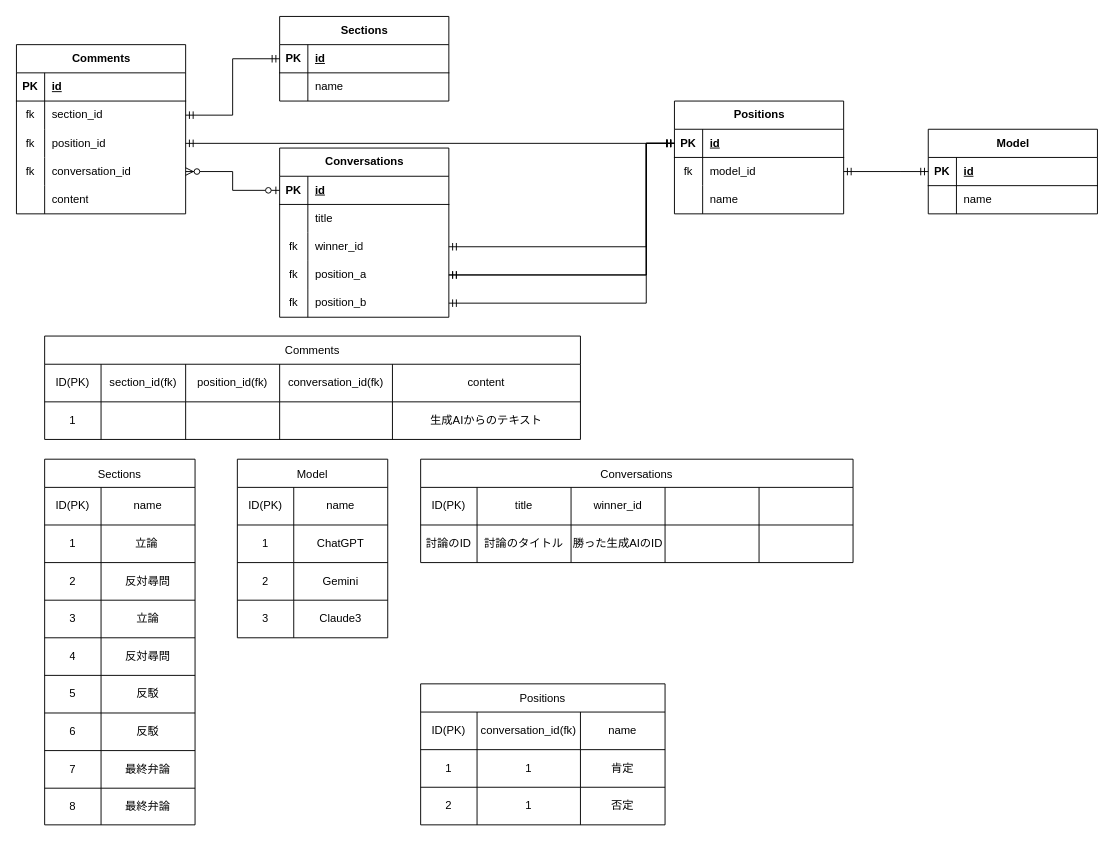
Before: docs/ERdiagram.drawio in Sakauchi444/argut_ai, a draw.io diagram. Source tidied: cells renumbered, new cells numbered last; positions are measured from the earlier drawing's top-left corner, leaving out a move shared by most shapes. Both pictures are drawn from the tidied source at 94%, with x=0, y=0 at pixel (16, 16).
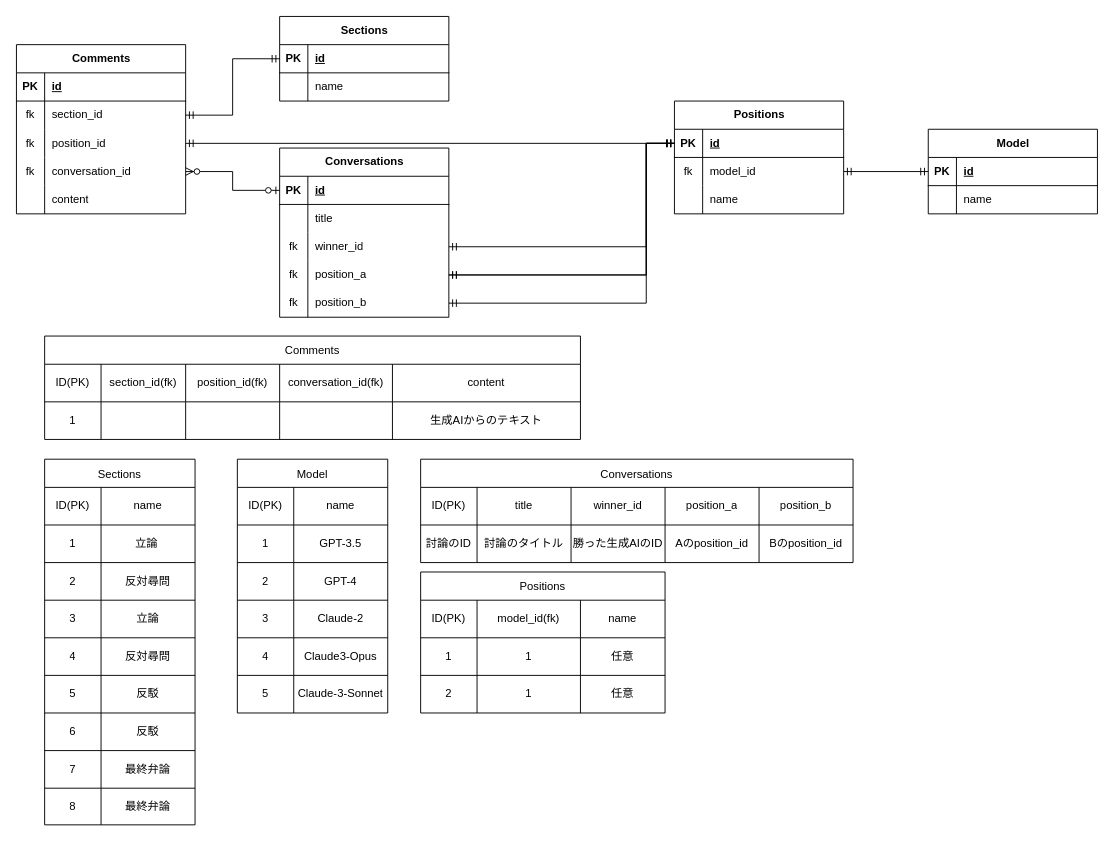
The same diagram, later.

Commit message (it also covers changes not shown here):
ERdiagram.drawio を更新します

The change refers to these unchanged cells:
```xml
<mxCell id="102" style="shape=tableRow;horizontal=0;startSize=0;swimlaneHead=0;swimlaneBody=0;strokeColor=inherit;top=0;left=0;bottom=0;right=0;fillColor=none;" parent="101" vertex="1">
  <mxGeometry y="30" width="260" height="40" as="geometry" />
</mxCell>
<mxCell id="106" style="shape=tableRow;horizontal=0;startSize=0;swimlaneHead=0;swimlaneBody=0;strokeColor=inherit;top=0;left=0;bottom=0;right=0;fillColor=none;" parent="101" vertex="1">
  <mxGeometry y="70" width="260" height="40" as="geometry" />
</mxCell>
<mxCell id="110" style="shape=tableRow;horizontal=0;startSize=0;swimlaneHead=0;swimlaneBody=0;strokeColor=inherit;top=0;left=0;bottom=0;right=0;fillColor=none;" parent="101" vertex="1">
  <mxGeometry y="110" width="260" height="40" as="geometry" />
</mxCell>
<mxCell id="118" style="shape=tableRow;horizontal=0;startSize=0;swimlaneHead=0;swimlaneBody=0;strokeColor=inherit;top=0;left=0;bottom=0;right=0;fillColor=none;" parent="114" vertex="1">
  <mxGeometry y="70" width="160" height="40" as="geometry" />
</mxCell>
<mxCell id="121" style="shape=tableRow;horizontal=0;startSize=0;swimlaneHead=0;swimlaneBody=0;strokeColor=inherit;top=0;left=0;bottom=0;right=0;fillColor=none;" parent="114" vertex="1">
  <mxGeometry y="110" width="160" height="40" as="geometry" />
</mxCell>
<mxCell id="124" style="shape=tableRow;horizontal=0;startSize=0;swimlaneHead=0;swimlaneBody=0;strokeColor=inherit;top=0;left=0;bottom=0;right=0;fillColor=none;" parent="114" vertex="1">
  <mxGeometry y="150" width="160" height="40" as="geometry" />
</mxCell>
<mxCell id="128" style="shape=tableRow;horizontal=0;startSize=0;swimlaneHead=0;swimlaneBody=0;strokeColor=inherit;top=0;left=0;bottom=0;right=0;fillColor=none;" parent="127" vertex="1">
  <mxGeometry y="30" width="460" height="40" as="geometry" />
</mxCell>
<mxCell id="134" style="shape=tableRow;horizontal=0;startSize=0;swimlaneHead=0;swimlaneBody=0;strokeColor=inherit;top=0;left=0;bottom=0;right=0;fillColor=none;" parent="127" vertex="1">
  <mxGeometry y="70" width="460" height="40" as="geometry" />
</mxCell>
```

Change to the diagram source:
```diff
@@
     <mxCell id="101" value="Positions" style="shape=table;startSize=30;childLayout=tableLayout;" parent="1" vertex="1">
-      <mxGeometry x="430" y="710" width="260" height="150" as="geometry" />
+      <mxGeometry x="430" y="591" width="260" height="150" as="geometry" />
     </mxCell>
@@
-    <mxCell id="104" value="conversation_id(fk)" style="shape=partialRectangle;html=1;whiteSpace=wrap;strokeColor=inherit;overflow=hidden;fillColor=none;top=0;left=0;bottom=0;right=0;" parent="102" vertex="1">
+    <mxCell id="104" value="model_id(fk)" style="shape=partialRectangle;html=1;whiteSpace=wrap;strokeColor=inherit;overflow=hidden;fillColor=none;top=0;left=0;bottom=0;right=0;" parent="102" vertex="1">
       <mxGeometry x="60" width="110" height="40" as="geometry" />
     </mxCell>
@@
-    <mxCell id="109" value="肯定" style="shape=partialRectangle;html=1;whiteSpace=wrap;strokeColor=inherit;overflow=hidden;fillColor=none;top=0;left=0;bottom=0;right=0;" parent="106" vertex="1">
+    <mxCell id="109" value="任意" style="shape=partialRectangle;html=1;whiteSpace=wrap;strokeColor=inherit;overflow=hidden;fillColor=none;top=0;left=0;bottom=0;right=0;" parent="106" vertex="1">
       <mxGeometry x="170" width="90" height="40" as="geometry" />
     </mxCell>
@@
-    <mxCell id="113" value="否定" style="shape=partialRectangle;html=1;whiteSpace=wrap;strokeColor=inherit;overflow=hidden;fillColor=none;top=0;left=0;bottom=0;right=0;" parent="110" vertex="1">
+    <mxCell id="113" value="任意" style="shape=partialRectangle;html=1;whiteSpace=wrap;strokeColor=inherit;overflow=hidden;fillColor=none;top=0;left=0;bottom=0;right=0;" parent="110" vertex="1">
       <mxGeometry x="170" width="90" height="40" as="geometry" />
     </mxCell>
     <mxCell id="114" value="Model" style="shape=table;startSize=30;childLayout=tableLayout;" parent="1" vertex="1">
-      <mxGeometry x="235" y="471" width="160" height="190" as="geometry" />
+      <mxGeometry x="235" y="471" width="160" height="270" as="geometry" />
     </mxCell>
@@
-    <mxCell id="120" value="ChatGPT" style="shape=partialRectangle;html=1;whiteSpace=wrap;strokeColor=inherit;overflow=hidden;fillColor=none;top=0;left=0;bottom=0;right=0;" parent="118" vertex="1">
+    <mxCell id="120" value="GPT-3.5" style="shape=partialRectangle;html=1;whiteSpace=wrap;strokeColor=inherit;overflow=hidden;fillColor=none;top=0;left=0;bottom=0;right=0;" parent="118" vertex="1">
       <mxGeometry x="60" width="100" height="40" as="geometry" />
     </mxCell>
@@
-    <mxCell id="123" value="Gemini" style="shape=partialRectangle;html=1;whiteSpace=wrap;strokeColor=inherit;overflow=hidden;fillColor=none;top=0;left=0;bottom=0;right=0;" parent="121" vertex="1">
+    <mxCell id="123" value="GPT-4" style="shape=partialRectangle;html=1;whiteSpace=wrap;strokeColor=inherit;overflow=hidden;fillColor=none;top=0;left=0;bottom=0;right=0;" parent="121" vertex="1">
       <mxGeometry x="60" width="100" height="40" as="geometry" />
     </mxCell>
@@
-    <mxCell id="126" value="Claude3" style="shape=partialRectangle;html=1;whiteSpace=wrap;strokeColor=inherit;overflow=hidden;fillColor=none;top=0;left=0;bottom=0;right=0;" parent="124" vertex="1">
+    <mxCell id="126" value="Claude-2" style="shape=partialRectangle;html=1;whiteSpace=wrap;strokeColor=inherit;overflow=hidden;fillColor=none;top=0;left=0;bottom=0;right=0;" parent="124" vertex="1">
       <mxGeometry x="60" width="100" height="40" as="geometry" />
     </mxCell>
+    <mxCell id="146" style="shape=tableRow;horizontal=0;startSize=0;swimlaneHead=0;swimlaneBody=0;strokeColor=inherit;top=0;left=0;bottom=0;right=0;fillColor=none;" parent="114" vertex="1">
+      <mxGeometry y="190" width="160" height="40" as="geometry" />
+    </mxCell>
+    <mxCell id="147" value="4" style="shape=partialRectangle;html=1;whiteSpace=wrap;strokeColor=inherit;overflow=hidden;fillColor=none;top=0;left=0;bottom=0;right=0;" parent="146" vertex="1">
+      <mxGeometry width="60" height="40" as="geometry" />
+    </mxCell>
+    <mxCell id="148" value="Claude3-Opus" style="shape=partialRectangle;html=1;whiteSpace=wrap;strokeColor=inherit;overflow=hidden;fillColor=none;top=0;left=0;bottom=0;right=0;" parent="146" vertex="1">
+      <mxGeometry x="60" width="100" height="40" as="geometry" />
+    </mxCell>
+    <mxCell id="149" style="shape=tableRow;horizontal=0;startSize=0;swimlaneHead=0;swimlaneBody=0;strokeColor=inherit;top=0;left=0;bottom=0;right=0;fillColor=none;" parent="114" vertex="1">
+      <mxGeometry y="230" width="160" height="40" as="geometry" />
+    </mxCell>
+    <mxCell id="150" value="5" style="shape=partialRectangle;html=1;whiteSpace=wrap;strokeColor=inherit;overflow=hidden;fillColor=none;top=0;left=0;bottom=0;right=0;" parent="149" vertex="1">
+      <mxGeometry width="60" height="40" as="geometry" />
+    </mxCell>
+    <mxCell id="151" value="Claude-3-Sonnet" style="shape=partialRectangle;html=1;whiteSpace=wrap;strokeColor=inherit;overflow=hidden;fillColor=none;top=0;left=0;bottom=0;right=0;" parent="149" vertex="1">
+      <mxGeometry x="60" width="100" height="40" as="geometry" />
+    </mxCell>
@@
-    <mxCell id="132" style="shape=partialRectangle;html=1;whiteSpace=wrap;strokeColor=inherit;overflow=hidden;fillColor=none;top=0;left=0;bottom=0;right=0;" parent="128" vertex="1">
+    <mxCell id="132" value="position_a" style="shape=partialRectangle;html=1;whiteSpace=wrap;strokeColor=inherit;overflow=hidden;fillColor=none;top=0;left=0;bottom=0;right=0;" parent="128" vertex="1">
       <mxGeometry x="260" width="100" height="40" as="geometry" />
     </mxCell>
-    <mxCell id="133" style="shape=partialRectangle;html=1;whiteSpace=wrap;strokeColor=inherit;overflow=hidden;fillColor=none;top=0;left=0;bottom=0;right=0;" parent="128" vertex="1">
+    <mxCell id="133" value="position_b" style="shape=partialRectangle;html=1;whiteSpace=wrap;strokeColor=inherit;overflow=hidden;fillColor=none;top=0;left=0;bottom=0;right=0;" parent="128" vertex="1">
       <mxGeometry x="360" width="100" height="40" as="geometry" />
     </mxCell>
@@
-    <mxCell id="138" style="shape=partialRectangle;html=1;whiteSpace=wrap;strokeColor=inherit;overflow=hidden;fillColor=none;top=0;left=0;bottom=0;right=0;" parent="134" vertex="1">
+    <mxCell id="138" value="Aのposition_id" style="shape=partialRectangle;html=1;whiteSpace=wrap;strokeColor=inherit;overflow=hidden;fillColor=none;top=0;left=0;bottom=0;right=0;" parent="134" vertex="1">
       <mxGeometry x="260" width="100" height="40" as="geometry" />
     </mxCell>
-    <mxCell id="139" style="shape=partialRectangle;html=1;whiteSpace=wrap;strokeColor=inherit;overflow=hidden;fillColor=none;top=0;left=0;bottom=0;right=0;" parent="134" vertex="1">
+    <mxCell id="139" value="Bのposition_id" style="shape=partialRectangle;html=1;whiteSpace=wrap;strokeColor=inherit;overflow=hidden;fillColor=none;top=0;left=0;bottom=0;right=0;" parent="134" vertex="1">
       <mxGeometry x="360" width="100" height="40" as="geometry" />
     </mxCell>
```
